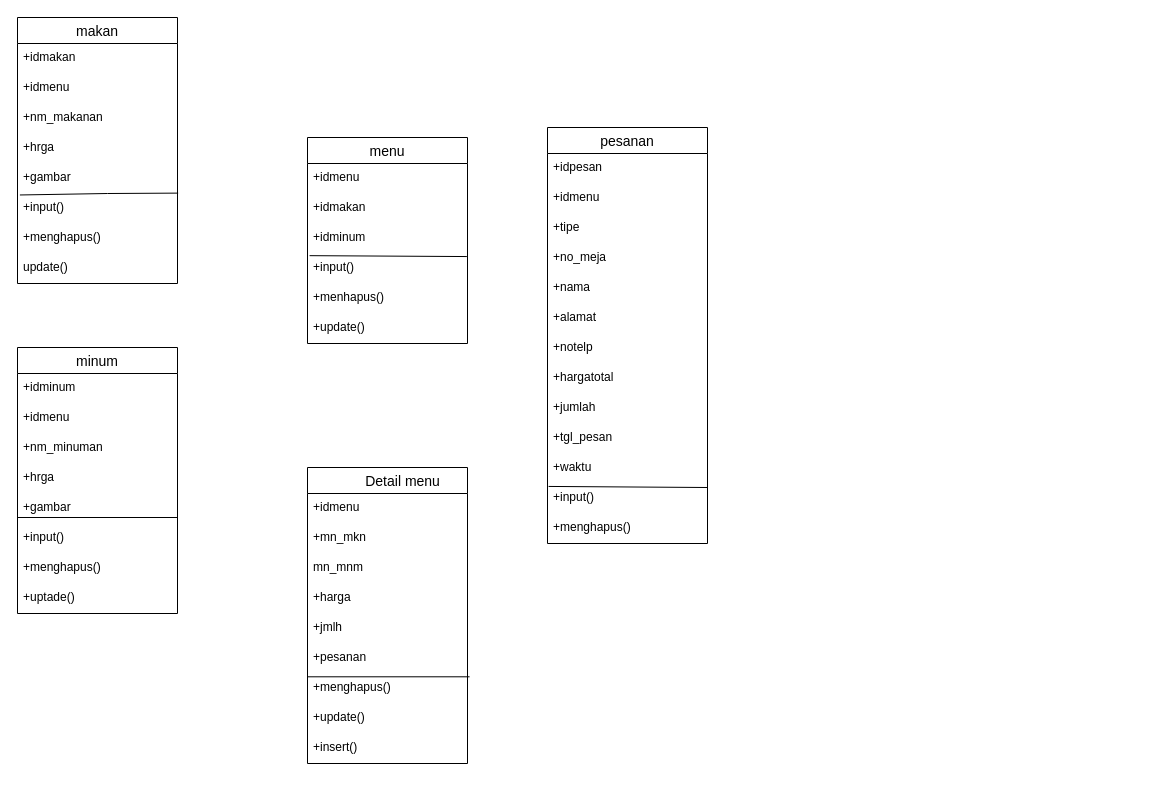
The draw.io diagram Untitled Diagram.drawio in Dika2408/classdiagram.cafe, before the edit. Source tidied: cells renumbered, new cells numbered last; positions are measured from the earlier drawing's top-left corner, leaving out a move shared by most shapes. Both pictures are drawn from the tidied source at 100%, with x=0, y=0 at pixel (17, 17).
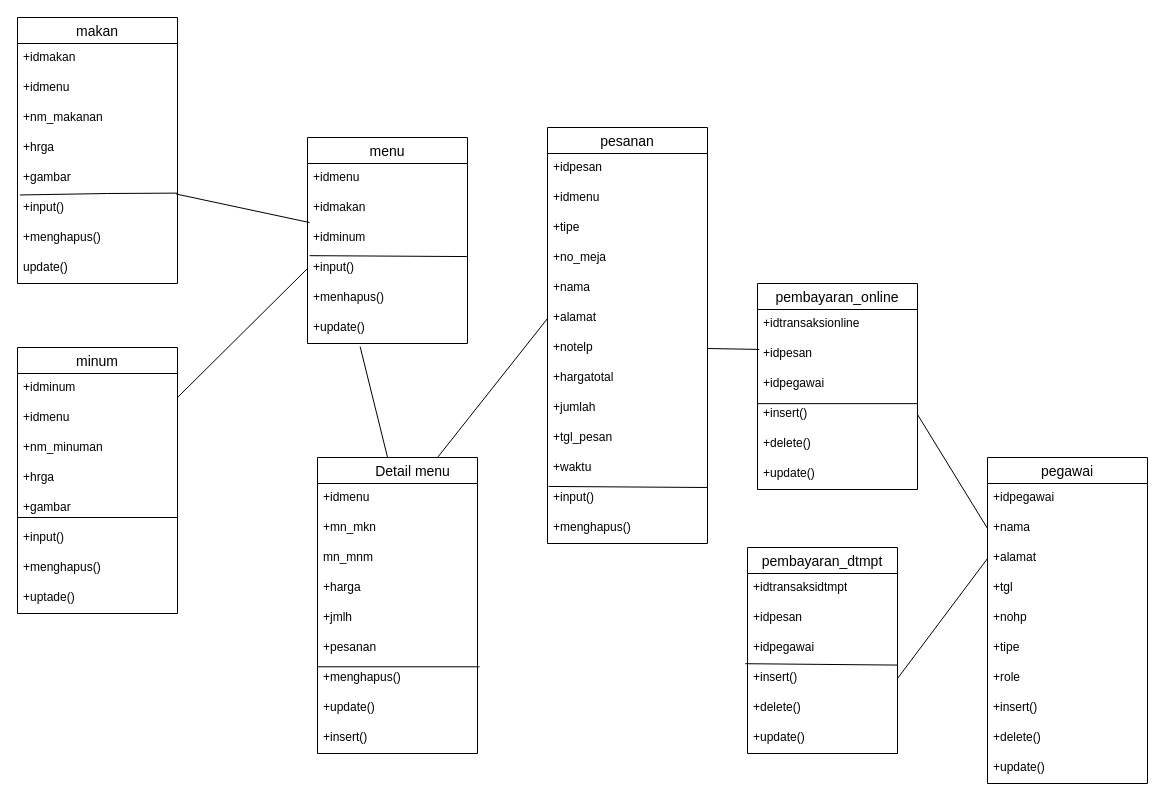
After the change.

The change refers to these unchanged cells:
```xml
<mxCell id="4" value="+idmakan" style="text;strokeColor=none;fillColor=none;spacingLeft=4;spacingRight=4;overflow=hidden;points=[[0,0.5],[1,0.5]];portConstraint=eastwest;fontSize=12;whiteSpace=wrap;html=1;" parent="2" vertex="1">
  <mxGeometry y="56" width="160" height="30" as="geometry" />
</mxCell>
<mxCell id="6" value="+input()" style="text;strokeColor=none;fillColor=none;spacingLeft=4;spacingRight=4;overflow=hidden;points=[[0,0.5],[1,0.5]];portConstraint=eastwest;fontSize=12;whiteSpace=wrap;html=1;" parent="2" vertex="1">
  <mxGeometry y="116" width="160" height="30" as="geometry" />
</mxCell>
<mxCell id="8" value="+update()" style="text;strokeColor=none;fillColor=none;spacingLeft=4;spacingRight=4;overflow=hidden;points=[[0,0.5],[1,0.5]];portConstraint=eastwest;fontSize=12;whiteSpace=wrap;html=1;" parent="2" vertex="1">
  <mxGeometry y="176" width="160" height="30" as="geometry" />
</mxCell>
<mxCell id="15" value="+gambar" style="text;strokeColor=none;fillColor=none;spacingLeft=4;spacingRight=4;overflow=hidden;points=[[0,0.5],[1,0.5]];portConstraint=eastwest;fontSize=12;whiteSpace=wrap;html=1;" parent="10" vertex="1">
  <mxGeometry y="146" width="160" height="30" as="geometry" />
</mxCell>
<mxCell id="21" value="&lt;div&gt;+idminum&lt;/div&gt;" style="text;strokeColor=none;fillColor=none;spacingLeft=4;spacingRight=4;overflow=hidden;points=[[0,0.5],[1,0.5]];portConstraint=eastwest;fontSize=12;whiteSpace=wrap;html=1;" parent="20" vertex="1">
  <mxGeometry y="26" width="160" height="30" as="geometry" />
</mxCell>
<mxCell id="47" value="+alamat" style="text;strokeColor=none;fillColor=none;spacingLeft=4;spacingRight=4;overflow=hidden;points=[[0,0.5],[1,0.5]];portConstraint=eastwest;fontSize=12;whiteSpace=wrap;html=1;" parent="41" vertex="1">
  <mxGeometry y="176" width="160" height="30" as="geometry" />
</mxCell>
<mxCell id="48" value="+notelp" style="text;strokeColor=none;fillColor=none;spacingLeft=4;spacingRight=4;overflow=hidden;points=[[0,0.5],[1,0.5]];portConstraint=eastwest;fontSize=12;whiteSpace=wrap;html=1;" parent="41" vertex="1">
  <mxGeometry y="206" width="160" height="30" as="geometry" />
</mxCell>
```

The edit, as a diff of the source:
```diff
@@
     <mxCell id="30" value="        Detail menu" style="swimlane;fontStyle=0;horizontal=1;startSize=26;align=center;fontSize=14;" parent="1" vertex="1">
-      <mxGeometry x="290" y="450" width="160" height="296" as="geometry" />
+      <mxGeometry x="300" y="440" width="160" height="296" as="geometry" />
     </mxCell>
@@
+    <mxCell id="56" value="pembayaran_online" style="swimlane;fontStyle=0;horizontal=1;startSize=26;align=center;fontSize=14;" parent="1" vertex="1">
+      <mxGeometry x="740" y="266" width="160" height="206" as="geometry" />
+    </mxCell>
+    <mxCell id="57" value="+idtransaksionline" style="text;strokeColor=none;fillColor=none;spacingLeft=4;spacingRight=4;overflow=hidden;fontSize=12;whiteSpace=wrap;html=1;" parent="56" vertex="1">
+      <mxGeometry y="26" width="160" height="30" as="geometry" />
+    </mxCell>
+    <mxCell id="58" value="+idpesan" style="text;strokeColor=none;fillColor=none;spacingLeft=4;spacingRight=4;overflow=hidden;points=[[0,0.5],[1,0.5]];portConstraint=eastwest;fontSize=12;whiteSpace=wrap;html=1;" parent="56" vertex="1">
+      <mxGeometry y="56" width="160" height="30" as="geometry" />
+    </mxCell>
+    <mxCell id="59" value="+idpegawai" style="text;strokeColor=none;fillColor=none;spacingLeft=4;spacingRight=4;overflow=hidden;fontSize=12;whiteSpace=wrap;html=1;" parent="56" vertex="1">
+      <mxGeometry y="86" width="160" height="30" as="geometry" />
+    </mxCell>
+    <mxCell id="60" value="+insert()" style="text;strokeColor=none;fillColor=none;spacingLeft=4;spacingRight=4;overflow=hidden;points=[[0,0.5],[1,0.5]];portConstraint=eastwest;fontSize=12;whiteSpace=wrap;html=1;" parent="56" vertex="1">
+      <mxGeometry y="116" width="160" height="30" as="geometry" />
+    </mxCell>
+    <mxCell id="61" value="+delete()" style="text;strokeColor=none;fillColor=none;spacingLeft=4;spacingRight=4;overflow=hidden;fontSize=12;whiteSpace=wrap;html=1;" parent="56" vertex="1">
+      <mxGeometry y="146" width="160" height="30" as="geometry" />
+    </mxCell>
+    <mxCell id="62" value="+update()" style="text;strokeColor=none;fillColor=none;spacingLeft=4;spacingRight=4;overflow=hidden;fontSize=12;whiteSpace=wrap;html=1;" parent="56" vertex="1">
+      <mxGeometry y="176" width="160" height="30" as="geometry" />
+    </mxCell>
+    <mxCell id="63" style="endArrow=none;html=1;rounded=0;entryX=0.997;entryY=0.138;entryDx=0;entryDy=0;entryPerimeter=0;exitX=0;exitY=0.138;exitDx=0;exitDy=0;exitPerimeter=0;" parent="56" edge="1" source="60" target="60">
+      <mxGeometry relative="1" as="geometry" />
+    </mxCell>
+    <mxCell id="64" value="pembayaran_dtmpt" style="swimlane;fontStyle=0;horizontal=1;startSize=26;align=center;fontSize=14;" parent="1" vertex="1">
+      <mxGeometry x="730" y="530" width="150" height="206" as="geometry" />
+    </mxCell>
+    <mxCell id="65" value="+idtransaksidtmpt" style="text;strokeColor=none;fillColor=none;spacingLeft=4;spacingRight=4;overflow=hidden;fontSize=12;whiteSpace=wrap;html=1;" parent="64" vertex="1">
+      <mxGeometry y="26" width="150" height="30" as="geometry" />
+    </mxCell>
+    <mxCell id="66" value="+idpesan" style="text;strokeColor=none;fillColor=none;spacingLeft=4;spacingRight=4;overflow=hidden;fontSize=12;whiteSpace=wrap;html=1;" parent="64" vertex="1">
+      <mxGeometry y="56" width="150" height="30" as="geometry" />
+    </mxCell>
+    <mxCell id="67" value="+idpegawai" style="text;strokeColor=none;fillColor=none;spacingLeft=4;spacingRight=4;overflow=hidden;fontSize=12;whiteSpace=wrap;html=1;" parent="64" vertex="1">
+      <mxGeometry y="86" width="150" height="30" as="geometry" />
+    </mxCell>
+    <mxCell id="68" value="+insert()" style="text;strokeColor=none;fillColor=none;spacingLeft=4;spacingRight=4;overflow=hidden;points=[[0,0.5],[1,0.5]];portConstraint=eastwest;fontSize=12;whiteSpace=wrap;html=1;" parent="64" vertex="1">
+      <mxGeometry y="116" width="150" height="30" as="geometry" />
+    </mxCell>
+    <mxCell id="69" value="+delete()" style="text;strokeColor=none;fillColor=none;spacingLeft=4;spacingRight=4;overflow=hidden;fontSize=12;whiteSpace=wrap;html=1;" parent="64" vertex="1">
+      <mxGeometry y="146" width="150" height="30" as="geometry" />
+    </mxCell>
+    <mxCell id="70" value="+update()" style="text;strokeColor=none;fillColor=none;spacingLeft=4;spacingRight=4;overflow=hidden;fontSize=12;whiteSpace=wrap;html=1;" parent="64" vertex="1">
+      <mxGeometry y="176" width="150" height="30" as="geometry" />
+    </mxCell>
+    <mxCell id="71" style="endArrow=none;html=1;rounded=0;exitX=-0.015;exitY=0.007;exitDx=0;exitDy=0;exitPerimeter=0;entryX=1.002;entryY=0.053;entryDx=0;entryDy=0;entryPerimeter=0;" parent="64" edge="1" source="68" target="68">
+      <mxGeometry relative="1" as="geometry" />
+    </mxCell>
+    <mxCell id="72" value="pegawai" style="swimlane;fontStyle=0;horizontal=1;startSize=26;align=center;fontSize=14;" parent="1" vertex="1">
+      <mxGeometry x="970" y="440" width="160" height="326" as="geometry" />
+    </mxCell>
+    <mxCell id="73" value="+idpegawai" style="text;strokeColor=none;fillColor=none;spacingLeft=4;spacingRight=4;overflow=hidden;fontSize=12;whiteSpace=wrap;html=1;" parent="72" vertex="1">
+      <mxGeometry y="26" width="160" height="30" as="geometry" />
+    </mxCell>
+    <mxCell id="74" value="+nama" style="text;strokeColor=none;fillColor=none;spacingLeft=4;spacingRight=4;overflow=hidden;points=[[0,0.5],[1,0.5]];portConstraint=eastwest;fontSize=12;whiteSpace=wrap;html=1;" parent="72" vertex="1">
+      <mxGeometry y="56" width="160" height="30" as="geometry" />
+    </mxCell>
+    <mxCell id="75" value="+alamat" style="text;strokeColor=none;fillColor=none;spacingLeft=4;spacingRight=4;overflow=hidden;points=[[0,0.5],[1,0.5]];portConstraint=eastwest;fontSize=12;whiteSpace=wrap;html=1;" parent="72" vertex="1">
+      <mxGeometry y="86" width="160" height="30" as="geometry" />
+    </mxCell>
+    <mxCell id="76" value="+tgl" style="text;strokeColor=none;fillColor=none;spacingLeft=4;spacingRight=4;overflow=hidden;fontSize=12;whiteSpace=wrap;html=1;" parent="72" vertex="1">
+      <mxGeometry y="116" width="160" height="30" as="geometry" />
+    </mxCell>
+    <mxCell id="77" value="+nohp" style="text;strokeColor=none;fillColor=none;spacingLeft=4;spacingRight=4;overflow=hidden;fontSize=12;whiteSpace=wrap;html=1;" parent="72" vertex="1">
+      <mxGeometry y="146" width="160" height="30" as="geometry" />
+    </mxCell>
+    <mxCell id="78" value="+tipe" style="text;strokeColor=none;fillColor=none;spacingLeft=4;spacingRight=4;overflow=hidden;fontSize=12;whiteSpace=wrap;html=1;" parent="72" vertex="1">
+      <mxGeometry y="176" width="160" height="30" as="geometry" />
+    </mxCell>
+    <mxCell id="79" value="+role" style="text;strokeColor=none;fillColor=none;spacingLeft=4;spacingRight=4;overflow=hidden;fontSize=12;whiteSpace=wrap;html=1;" parent="72" vertex="1">
+      <mxGeometry y="206" width="160" height="30" as="geometry" />
+    </mxCell>
+    <mxCell id="80" value="+insert()" style="text;strokeColor=none;fillColor=none;spacingLeft=4;spacingRight=4;overflow=hidden;fontSize=12;whiteSpace=wrap;html=1;" parent="72" vertex="1">
+      <mxGeometry y="236" width="160" height="30" as="geometry" />
+    </mxCell>
+    <mxCell id="81" value="+delete()" style="text;strokeColor=none;fillColor=none;spacingLeft=4;spacingRight=4;overflow=hidden;fontSize=12;whiteSpace=wrap;html=1;" parent="72" vertex="1">
+      <mxGeometry y="266" width="160" height="30" as="geometry" />
+    </mxCell>
+    <mxCell id="82" value="+update()" style="text;strokeColor=none;fillColor=none;spacingLeft=4;spacingRight=4;overflow=hidden;fontSize=12;whiteSpace=wrap;html=1;" parent="72" vertex="1">
+      <mxGeometry y="296" width="160" height="30" as="geometry" />
+    </mxCell>
+    <mxCell id="83" style="endArrow=none;html=1;rounded=0;entryX=0.013;entryY=0.968;entryDx=0;entryDy=0;entryPerimeter=0;exitX=0.992;exitY=1.018;exitDx=0;exitDy=0;exitPerimeter=0;" parent="1" edge="1" source="15" target="4">
+      <mxGeometry relative="1" as="geometry" />
+    </mxCell>
+    <mxCell id="84" style="endArrow=none;html=1;rounded=0;entryX=0;entryY=0.5;entryDx=0;entryDy=0;exitX=1;exitY=0.8;exitDx=0;exitDy=0;exitPerimeter=0;" parent="1" edge="1" source="21" target="6">
+      <mxGeometry relative="1" as="geometry" />
+    </mxCell>
+    <mxCell id="85" style="endArrow=none;html=1;rounded=0;entryX=0.329;entryY=1.106;entryDx=0;entryDy=0;exitX=0.438;exitY=0;exitDx=0;exitDy=0;entryPerimeter=0;exitPerimeter=0;" parent="1" edge="1" source="30" target="8">
+      <mxGeometry relative="1" as="geometry" />
+    </mxCell>
+    <mxCell id="86" style="endArrow=none;html=1;rounded=0;entryX=0;entryY=0.5;entryDx=0;entryDy=0;exitX=0.75;exitY=0;exitDx=0;exitDy=0;" parent="1" edge="1" source="30" target="47">
+      <mxGeometry relative="1" as="geometry" />
+    </mxCell>
+    <mxCell id="87" style="endArrow=none;html=1;rounded=0;entryX=0.011;entryY=0.331;entryDx=0;entryDy=0;exitX=1;exitY=0.5;exitDx=0;exitDy=0;entryPerimeter=0;" parent="1" edge="1" source="48" target="58">
+      <mxGeometry relative="1" as="geometry" />
+    </mxCell>
+    <mxCell id="88" style="endArrow=none;html=1;rounded=0;entryX=0;entryY=0.5;entryDx=0;entryDy=0;exitX=1;exitY=0.5;exitDx=0;exitDy=0;" parent="1" edge="1" source="60" target="74">
+      <mxGeometry relative="1" as="geometry" />
+    </mxCell>
+    <mxCell id="89" style="endArrow=none;html=1;rounded=0;entryX=0;entryY=0.5;entryDx=0;entryDy=0;exitX=1;exitY=0.5;exitDx=0;exitDy=0;" parent="1" edge="1" source="68" target="75">
+      <mxGeometry relative="1" as="geometry" />
+    </mxCell>
```
